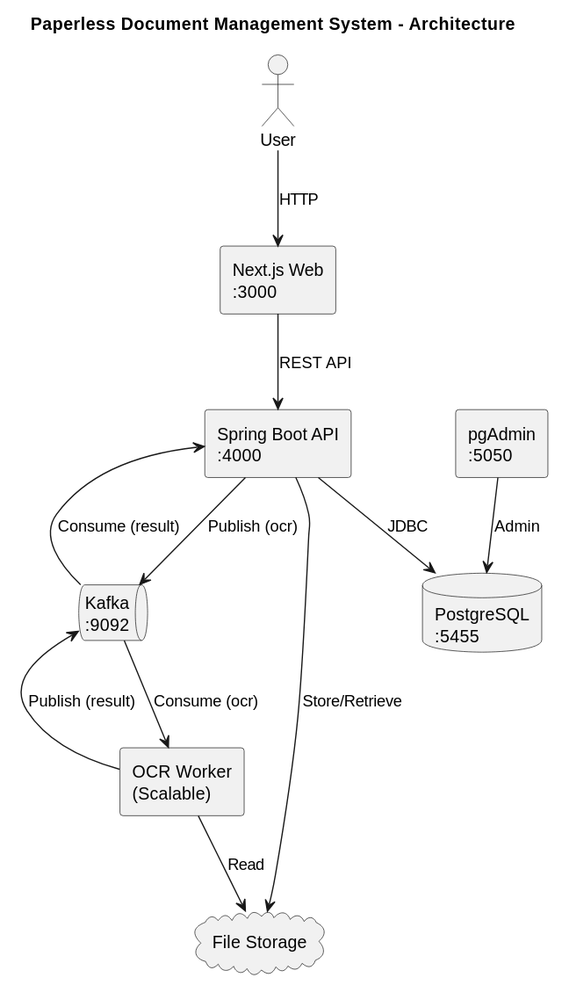
Before: artifacts/architecture.svg, a diagram exported from PlantUML (fabio-anzola/swen3-paperless).
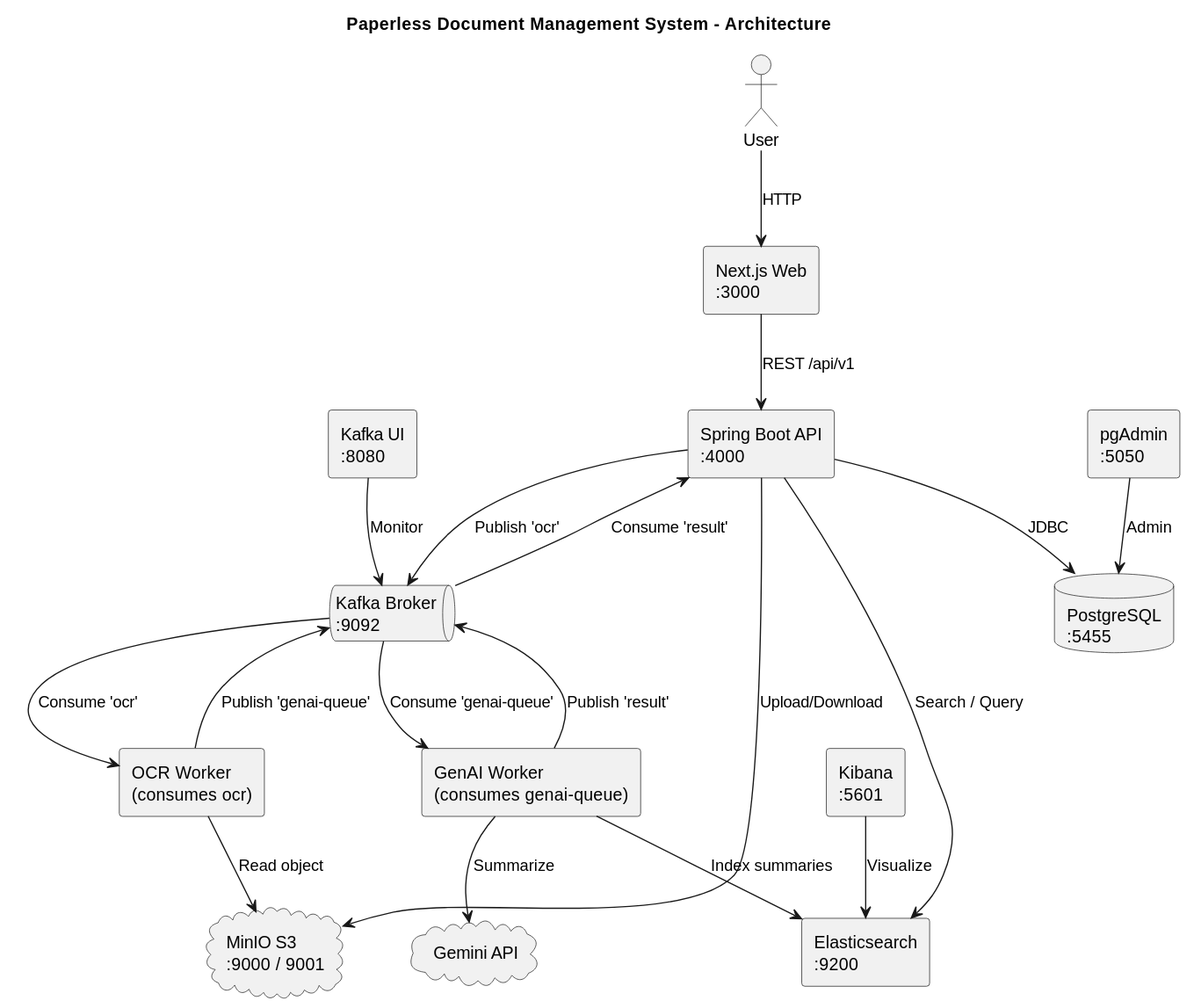
The same file after the commit.

Commit message:
Update architecture diagram for new components and flows

Expanded the system architecture to include GenAI Worker, Gemini API, MinIO S3, Elasticsearch, Kibana, and Kafka UI. Updated component names, ports, and message flows to reflect the new processing pipeline and monitoring tools. The SVG diagram was regenerated to match the updated PlantUML source.

What changed in the source:
```diff
@@ -6,27 +6,37 @@
 actor "User" as user
 
 component "Next.js Web\n:3000" as web
+component "Spring Boot API\n:4000" as api
 
-component "Spring Boot API\n:4000" as app
+queue "Kafka Broker\n:9092" as kafka
+component "Kafka UI\n:8080" as kafkaUI
 
-queue "Kafka\n:9092" as kafka
+component "OCR Worker\n(consumes ocr)" as ocr
+component "GenAI Worker\n(consumes genai-queue)" as genai
+cloud "Gemini API" as gemini
 
-component "OCR Worker\n(Scalable)" as worker
-
+cloud "MinIO S3\n:9000 / 9001" as minio
 database "PostgreSQL\n:5455" as db
-
 component "pgAdmin\n:5050" as pgadmin
 
-cloud "File Storage" as storage
+component "Elasticsearch\n:9200" as es
+component "Kibana\n:5601" as kibana
 
 user --> web : HTTP
-web --> app : REST API
-app --> db : JDBC
-app --> kafka : Publish (ocr)
-kafka --> app : Consume (result)
-app --> storage : Store/Retrieve
-kafka --> worker : Consume (ocr)
-worker --> kafka : Publish (result)
-worker --> storage : Read
+web --> api : REST /api/v1
+api --> minio : Upload/Download
+api --> db : JDBC
+api --> kafka : Publish 'ocr'
+kafka --> ocr : Consume 'ocr'
+ocr --> minio : Read object
+ocr --> kafka : Publish 'genai-queue'
+kafka --> genai : Consume 'genai-queue'
+genai --> gemini : Summarize
+genai --> es : Index summaries
+genai --> kafka : Publish 'result'
+kafka --> api : Consume 'result'
+api --> es : Search / Query
 pgadmin --> db : Admin
+kafkaUI --> kafka : Monitor
+kibana --> es : Visualize
 @enduml
```
